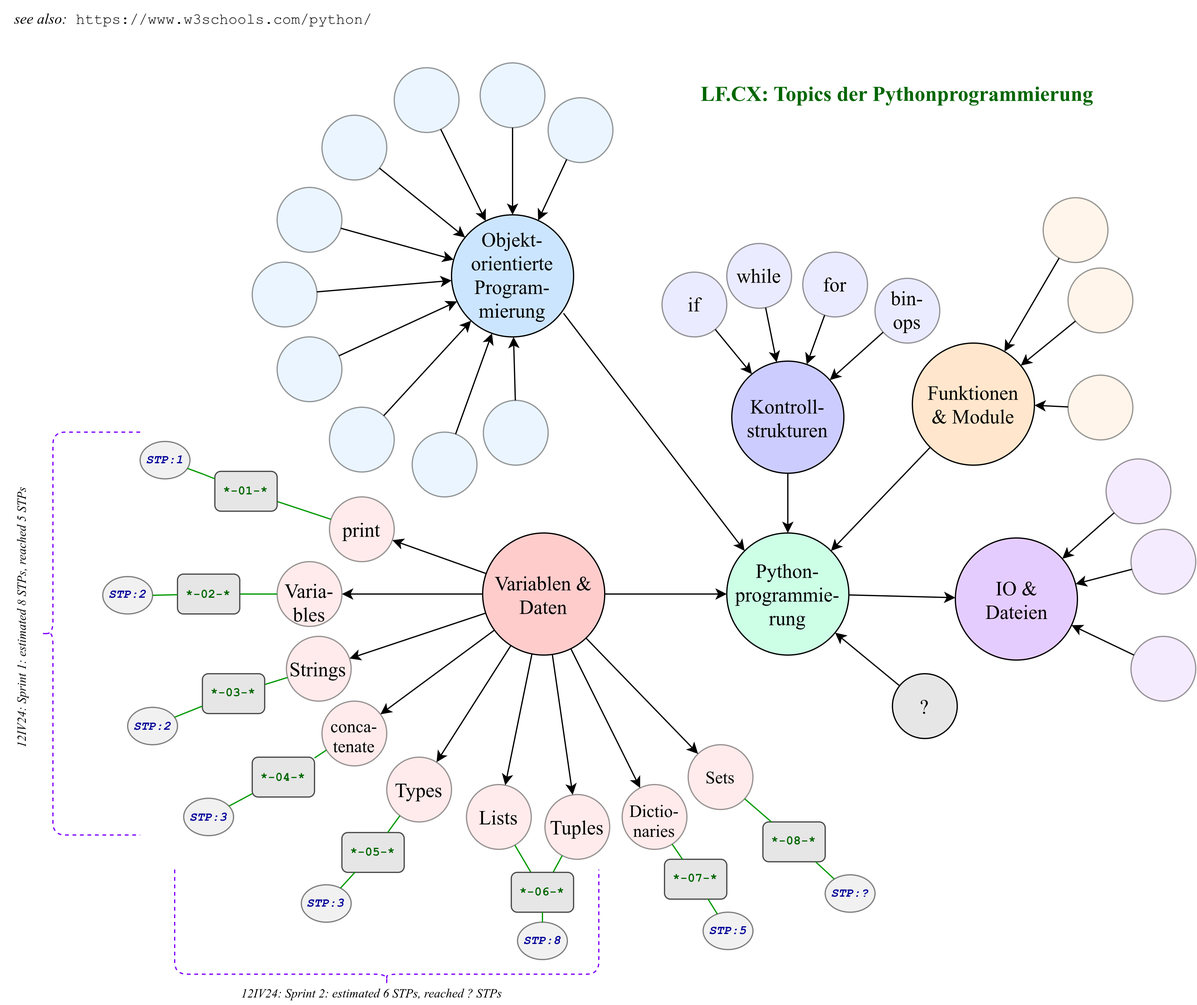
Above: sources/lf.cx/img.lf/py2go-systematic.png in protirone/protico.ltx (draw.io), before the change. Source tidied: cells renumbered, new cells last; positions are measured from the earlier drawing's top-left corner, leaving out a move shared by most shapes.
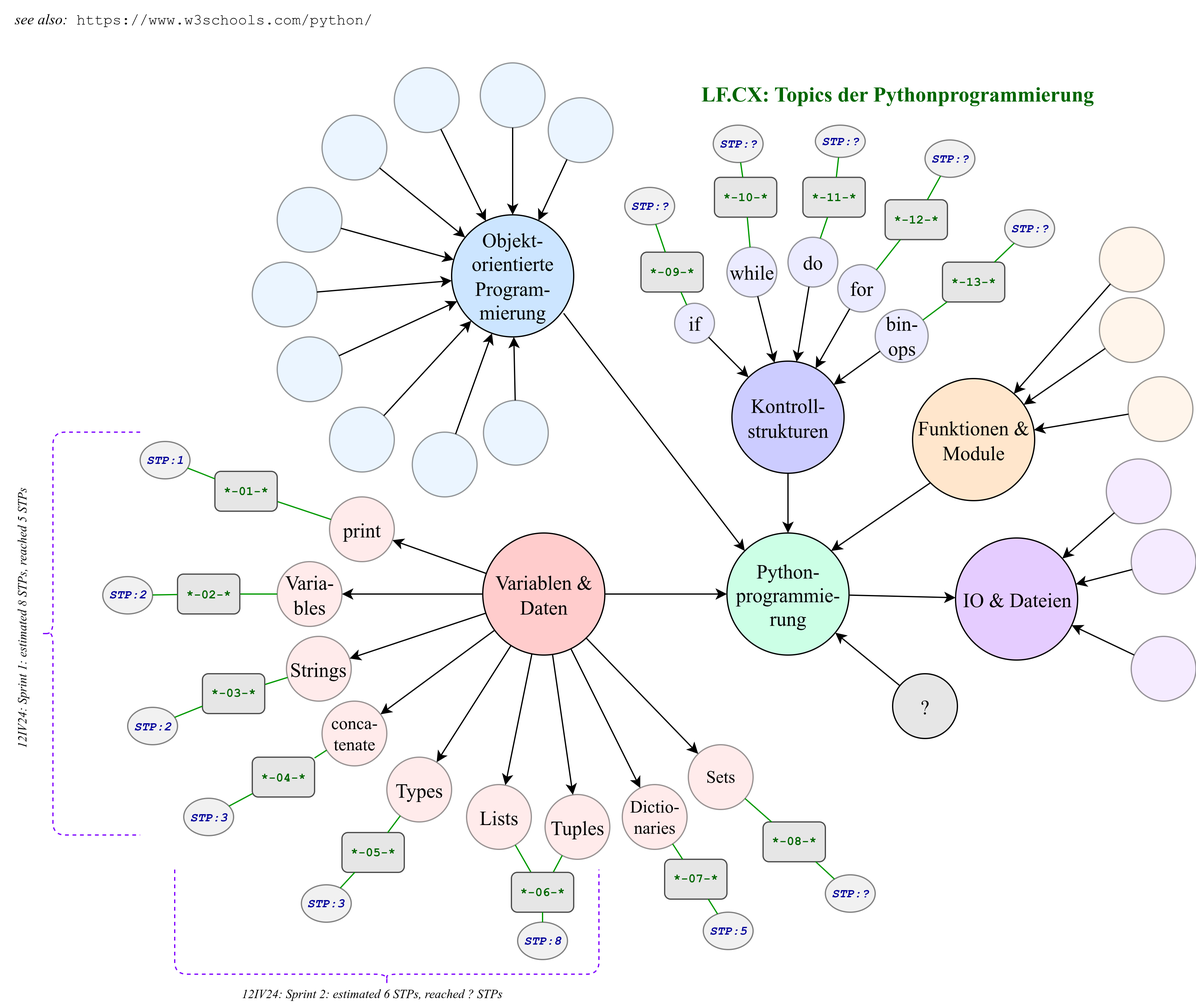
After the change.

Diff of the diagram source:
```diff
@@ -15,22 +15,22 @@
       <mxGeometry x="505" y="427.5" width="98" height="98" as="geometry" />
     </mxCell>
     <mxCell id="6" value="Funktionen &amp;amp; Module" style="ellipse;whiteSpace=wrap;html=1;shapeInside=1;fontFamily=Garamond;fontSize=16;fillColor=#FFE6CC;" parent="1" vertex="1">
-      <mxGeometry x="850" y="275" width="98" height="98" as="geometry" />
+      <mxGeometry x="850" y="303.5" width="98" height="98" as="geometry" />
     </mxCell>
     <mxCell id="7" value="Python-programmie-rung" style="ellipse;whiteSpace=wrap;html=1;shapeInside=1;fontFamily=Garamond;fontSize=16;fillColor=#CCFFE6;" parent="1" vertex="1">
       <mxGeometry x="701" y="427.5" width="98" height="98" as="geometry" />
     </mxCell>
     <mxCell id="8" value="for" style="ellipse;whiteSpace=wrap;html=1;shapeInside=1;fontFamily=Garamond;fontSize=16;fillColor=#CCCCFF;opacity=40;" parent="1" vertex="1">
-      <mxGeometry x="762" y="202" width="52" height="52" as="geometry" />
+      <mxGeometry x="790" y="212" width="38" height="38" as="geometry" />
     </mxCell>
     <mxCell id="9" value="&lt;div&gt;&lt;br/&gt;&lt;/div&gt;" style="ellipse;whiteSpace=wrap;html=1;shapeInside=1;fontFamily=Garamond;fontSize=16;fillColor=#CCE5FF;opacity=40;" parent="1" vertex="1">
       <mxGeometry x="448.4" y="346.5" width="52" height="52" as="geometry" />
     </mxCell>
     <mxCell id="10" value="&lt;br&gt;&lt;div&gt;&lt;br/&gt;&lt;/div&gt;" style="ellipse;whiteSpace=wrap;html=1;shapeInside=1;fontFamily=Garamond;fontSize=16;fillColor=#FFE6CC;opacity=40;" parent="1" vertex="1">
-      <mxGeometry x="955" y="158.3" width="52" height="52" as="geometry" />
+      <mxGeometry x="1000" y="182" width="52" height="52" as="geometry" />
     </mxCell>
     <mxCell id="11" value="&lt;br&gt;&lt;div&gt;&lt;br/&gt;&lt;/div&gt;" style="ellipse;whiteSpace=wrap;html=1;shapeInside=1;fontFamily=Garamond;fontSize=16;fillColor=#FFE6CC;opacity=40;" parent="1" vertex="1">
-      <mxGeometry x="975" y="214.7" width="52" height="52" as="geometry" />
+      <mxGeometry x="1000" y="238.5" width="52" height="52" as="geometry" />
     </mxCell>
     <mxCell id="12" style="endArrow=classic;html=1;rounded=0;exitX=0.918;exitY=0.807;exitDx=0;exitDy=0;entryX=0;entryY=0;entryDx=0;entryDy=0;exitPerimeter=0;" parent="1" edge="1" source="4" target="7">
       <mxGeometry relative="1" as="geometry" />
@@ -96,7 +96,7 @@
       <mxGeometry relative="1" as="geometry" />
     </mxCell>
     <mxCell id="33" value="&lt;br&gt;&lt;div&gt;&lt;br/&gt;&lt;/div&gt;" style="ellipse;whiteSpace=wrap;html=1;shapeInside=1;fontFamily=Garamond;fontSize=16;fillColor=#FFE6CC;opacity=40;" parent="1" vertex="1">
-      <mxGeometry x="975" y="300.7" width="52" height="52" as="geometry" />
+      <mxGeometry x="1023" y="302" width="52" height="52" as="geometry" />
     </mxCell>
     <mxCell id="34" style="endArrow=classic;html=1;rounded=0;" parent="1" edge="1" source="33" target="6">
       <mxGeometry relative="1" as="geometry" />
@@ -171,10 +171,10 @@
       <mxGeometry relative="1" as="geometry" />
     </mxCell>
     <mxCell id="58" value="if" style="ellipse;whiteSpace=wrap;html=1;shapeInside=1;fontFamily=Garamond;fontSize=16;fillColor=#CCCCFF;opacity=40;" parent="1" vertex="1">
-      <mxGeometry x="649" y="218" width="52" height="52" as="geometry" />
+      <mxGeometry x="659" y="243" width="32" height="32" as="geometry" />
     </mxCell>
     <mxCell id="59" value="while" style="ellipse;whiteSpace=wrap;html=1;shapeInside=1;fontFamily=Garamond;fontSize=16;fillColor=#CCCCFF;opacity=40;" parent="1" vertex="1">
-      <mxGeometry x="701" y="195" width="52" height="52" as="geometry" />
+      <mxGeometry x="701" y="198" width="40" height="40" as="geometry" />
     </mxCell>
     <mxCell id="60" value="&lt;font style=&quot;font-size: 17px;&quot; face=&quot;Garamond&quot;&gt;&lt;b style=&quot;color: rgb(0, 102, 0);&quot;&gt;LF.CX: Topics der Pythonprogrammierung&lt;/b&gt;&lt;/font&gt;" style="text;html=1;whiteSpace=wrap;strokeColor=none;fillColor=none;align=center;verticalAlign=middle;rounded=0;" parent="1" vertex="1">
       <mxGeometry x="653" y="64" width="370" height="24" as="geometry" />
@@ -334,10 +334,76 @@
       <mxGeometry relative="1" as="geometry" />
     </mxCell>
     <mxCell id="111" value="bin-ops" style="ellipse;whiteSpace=wrap;html=1;shapeInside=1;fontFamily=Garamond;fontSize=16;fillColor=#CCCCFF;opacity=40;" parent="1" vertex="1">
-      <mxGeometry x="820" y="223" width="52" height="52" as="geometry" />
+      <mxGeometry x="820" y="248" width="42.5" height="42.5" as="geometry" />
     </mxCell>
     <mxCell id="112" style="endArrow=classic;html=1;rounded=0;" parent="1" edge="1" source="111" target="3">
       <mxGeometry relative="1" as="geometry" />
     </mxCell>
+    <mxCell id="113" value="&lt;font style=&quot;color: rgb(0, 102, 0);&quot;&gt;&lt;b&gt;*-09-*&lt;/b&gt;&lt;/font&gt;" style="rounded=1;whiteSpace=wrap;html=1;fontFamily=Courier New;fontSize=10;fillColor=#E6E6E6;strokeColor=#4D4D4D;" parent="1" vertex="1">
+      <mxGeometry x="632" y="202" width="50" height="32" as="geometry" />
+    </mxCell>
+    <mxCell id="114" value="&lt;b&gt;&lt;font style=&quot;color: rgb(0, 0, 153);&quot;&gt;&lt;i&gt;STP:?&lt;/i&gt;&lt;/font&gt;&lt;/b&gt;" style="ellipse;whiteSpace=wrap;html=1;fillColor=#F1F1F1;fontFamily=Courier New;fontSize=10;fontColor=#0000CC;strokeColor=#808080;" parent="1" vertex="1">
+      <mxGeometry x="619" y="150" width="40" height="30" as="geometry" />
+    </mxCell>
+    <mxCell id="115" style="endArrow=none;html=1;rounded=0;strokeColor=#009900;" parent="1" edge="1" source="113" target="114">
+      <mxGeometry relative="1" as="geometry" />
+    </mxCell>
+    <mxCell id="116" style="endArrow=none;html=1;rounded=0;strokeColor=#009900;" parent="1" edge="1" source="113" target="58">
+      <mxGeometry relative="1" as="geometry" />
+    </mxCell>
+    <mxCell id="117" value="do" style="ellipse;whiteSpace=wrap;html=1;shapeInside=1;fontFamily=Garamond;fontSize=16;fillColor=#CCCCFF;opacity=40;" parent="1" vertex="1">
+      <mxGeometry x="750" y="190" width="40" height="40" as="geometry" />
+    </mxCell>
+    <mxCell id="118" style="endArrow=classic;html=1;rounded=0;" parent="1" edge="1" source="117" target="3">
+      <mxGeometry relative="1" as="geometry" />
+    </mxCell>
+    <mxCell id="119" value="&lt;font style=&quot;color: rgb(0, 102, 0);&quot;&gt;&lt;b&gt;*-13-*&lt;/b&gt;&lt;/font&gt;" style="rounded=1;whiteSpace=wrap;html=1;fontFamily=Courier New;fontSize=10;fillColor=#E6E6E6;strokeColor=#4D4D4D;" parent="1" vertex="1">
+      <mxGeometry x="874" y="210" width="50" height="32" as="geometry" />
+    </mxCell>
+    <mxCell id="120" value="&lt;b&gt;&lt;font style=&quot;color: rgb(0, 0, 153);&quot;&gt;&lt;i&gt;STP:?&lt;/i&gt;&lt;/font&gt;&lt;/b&gt;" style="ellipse;whiteSpace=wrap;html=1;fillColor=#F1F1F1;fontFamily=Courier New;fontSize=10;fontColor=#0000CC;strokeColor=#808080;" parent="1" vertex="1">
+      <mxGeometry x="924" y="168" width="40" height="30" as="geometry" />
+    </mxCell>
+    <mxCell id="121" style="endArrow=none;html=1;rounded=0;strokeColor=#009900;" parent="1" edge="1" source="119" target="120">
+      <mxGeometry relative="1" as="geometry" />
+    </mxCell>
+    <mxCell id="122" style="endArrow=none;html=1;rounded=0;strokeColor=#009900;" parent="1" edge="1" source="119" target="111">
+      <mxGeometry relative="1" as="geometry" />
+    </mxCell>
+    <mxCell id="123" value="&lt;font style=&quot;color: rgb(0, 102, 0);&quot;&gt;&lt;b&gt;*-10-*&lt;/b&gt;&lt;/font&gt;" style="rounded=1;whiteSpace=wrap;html=1;fontFamily=Courier New;fontSize=10;fillColor=#E6E6E6;strokeColor=#4D4D4D;" parent="1" vertex="1">
+      <mxGeometry x="691" y="141.9" width="50" height="32" as="geometry" />
+    </mxCell>
+    <mxCell id="124" value="&lt;b&gt;&lt;font style=&quot;color: rgb(0, 0, 153);&quot;&gt;&lt;i&gt;STP:?&lt;/i&gt;&lt;/font&gt;&lt;/b&gt;" style="ellipse;whiteSpace=wrap;html=1;fillColor=#F1F1F1;fontFamily=Courier New;fontSize=10;fontColor=#0000CC;strokeColor=#808080;" parent="1" vertex="1">
+      <mxGeometry x="690" y="100" width="40" height="30" as="geometry" />
+    </mxCell>
+    <mxCell id="125" style="endArrow=none;html=1;rounded=0;strokeColor=#009900;" parent="1" edge="1" source="123" target="124">
+      <mxGeometry relative="1" as="geometry" />
+    </mxCell>
+    <mxCell id="126" value="&lt;font style=&quot;color: rgb(0, 102, 0);&quot;&gt;&lt;b&gt;*-11-*&lt;/b&gt;&lt;/font&gt;" style="rounded=1;whiteSpace=wrap;html=1;fontFamily=Courier New;fontSize=10;fillColor=#E6E6E6;strokeColor=#4D4D4D;" parent="1" vertex="1">
+      <mxGeometry x="762" y="141.9" width="50" height="32" as="geometry" />
+    </mxCell>
+    <mxCell id="127" value="&lt;b&gt;&lt;font style=&quot;color: rgb(0, 0, 153);&quot;&gt;&lt;i&gt;STP:?&lt;/i&gt;&lt;/font&gt;&lt;/b&gt;" style="ellipse;whiteSpace=wrap;html=1;fillColor=#F1F1F1;fontFamily=Courier New;fontSize=10;fontColor=#0000CC;strokeColor=#808080;" parent="1" vertex="1">
+      <mxGeometry x="772" y="100" width="40" height="25.9" as="geometry" />
+    </mxCell>
+    <mxCell id="128" style="endArrow=none;html=1;rounded=0;strokeColor=#009900;" parent="1" edge="1" source="126" target="127">
+      <mxGeometry relative="1" as="geometry" />
+    </mxCell>
+    <mxCell id="129" value="&lt;font style=&quot;color: rgb(0, 102, 0);&quot;&gt;&lt;b&gt;*-12-*&lt;/b&gt;&lt;/font&gt;" style="rounded=1;whiteSpace=wrap;html=1;fontFamily=Courier New;fontSize=10;fillColor=#E6E6E6;strokeColor=#4D4D4D;" parent="1" vertex="1">
+      <mxGeometry x="828" y="159.9" width="50" height="32" as="geometry" />
+    </mxCell>
+    <mxCell id="130" value="&lt;b&gt;&lt;font style=&quot;color: rgb(0, 0, 153);&quot;&gt;&lt;i&gt;STP:?&lt;/i&gt;&lt;/font&gt;&lt;/b&gt;" style="ellipse;whiteSpace=wrap;html=1;fillColor=#F1F1F1;fontFamily=Courier New;fontSize=10;fontColor=#0000CC;strokeColor=#808080;" parent="1" vertex="1">
+      <mxGeometry x="860" y="111.9" width="40" height="30" as="geometry" />
+    </mxCell>
+    <mxCell id="131" style="endArrow=none;html=1;rounded=0;strokeColor=#009900;" parent="1" edge="1" source="129" target="130">
+      <mxGeometry relative="1" as="geometry" />
+    </mxCell>
+    <mxCell id="132" style="endArrow=none;html=1;rounded=0;strokeColor=#009900;" parent="1" edge="1" source="59" target="123">
+      <mxGeometry relative="1" as="geometry" />
+    </mxCell>
+    <mxCell id="133" style="endArrow=none;html=1;rounded=0;strokeColor=#009900;" parent="1" edge="1" source="117" target="126">
+      <mxGeometry relative="1" as="geometry" />
+    </mxCell>
+    <mxCell id="134" style="endArrow=none;html=1;rounded=0;strokeColor=#009900;" parent="1" edge="1" source="8" target="129">
+      <mxGeometry relative="1" as="geometry" />
+    </mxCell>
   </root>
 </mxGraphModel>
```
